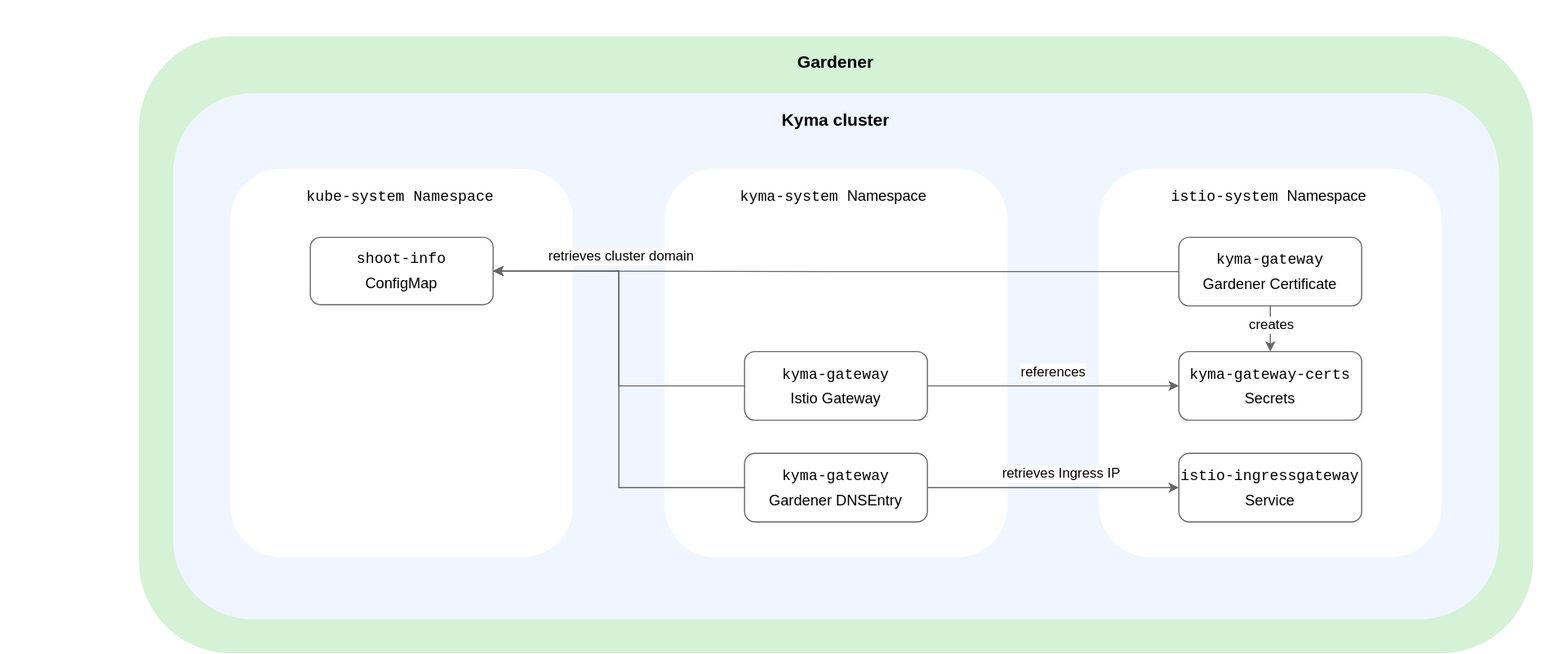
Above: docs/assets/kyma-gateway-resources-gardener.svg in kyma-project/api-gateway (draw.io), before the change. Source tidied: cells renumbered, new cells last; positions are measured from the earlier drawing's top-left corner, leaving out a move shared by most shapes.
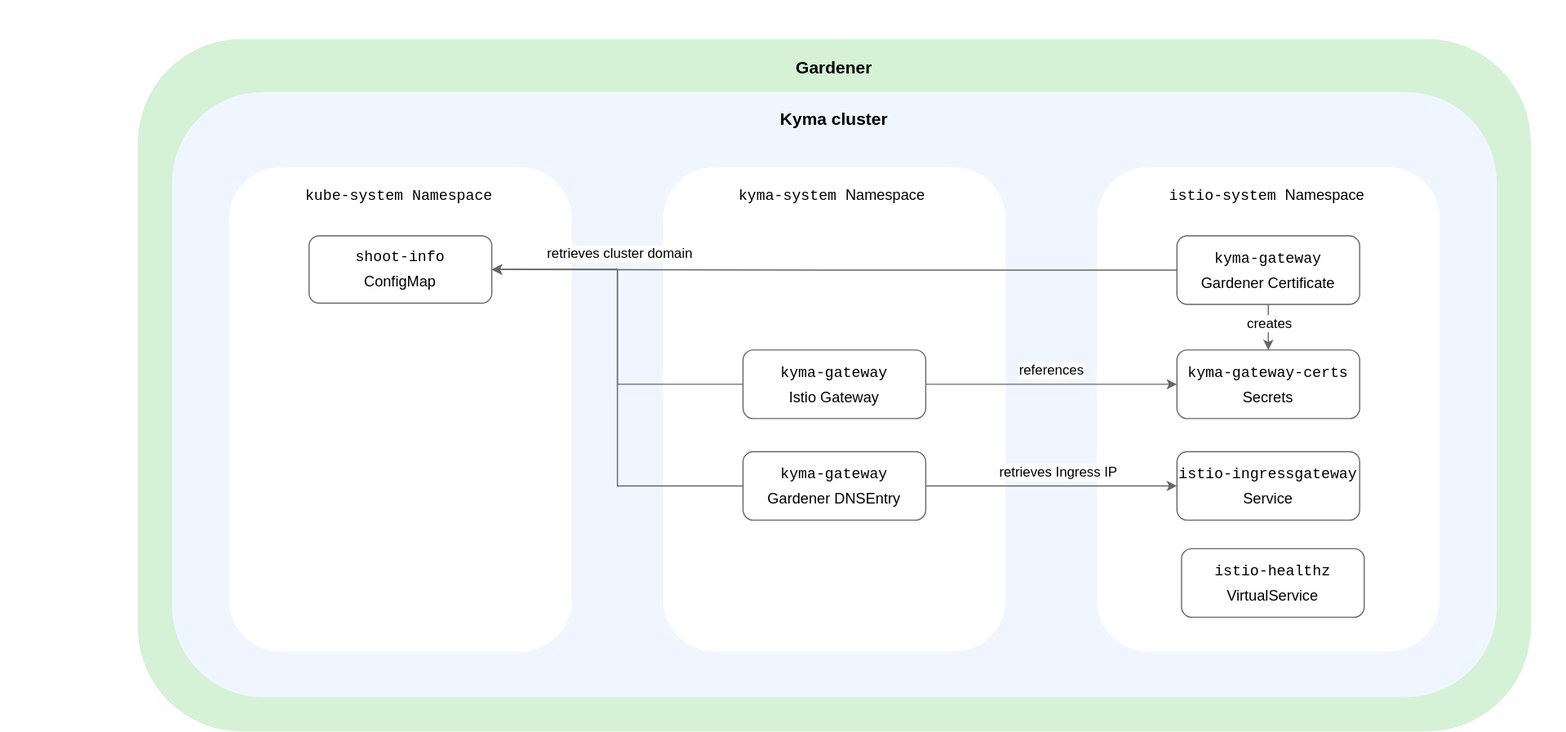
After the change.

Commit message:
Add integration test and documentation for istio-healthz

Diff of the diagram source:
```diff
@@ -3,19 +3,19 @@
     <mxCell id="0" />
     <mxCell id="1" parent="0" />
     <mxCell id="2" style="group;strokeColor=none;" parent="1" vertex="1">
-      <mxGeometry width="1370" height="570" as="geometry" />
+      <mxGeometry width="1370" height="640" as="geometry" />
     </mxCell>
     <mxCell id="3" style="rounded=1;whiteSpace=wrap;html=1;labelBackgroundColor=none;fillColor=#D5F2D7;strokeColor=none;" parent="2" vertex="1">
-      <mxGeometry x="120" y="30" width="1220" height="540" as="geometry" />
+      <mxGeometry x="120" y="33.7" width="1220" height="606.3" as="geometry" />
     </mxCell>
     <mxCell id="4" value="&lt;font style=&quot;font-size: 15px;&quot;&gt;Gardener&lt;/font&gt;" style="text;html=1;strokeColor=none;fillColor=none;align=center;verticalAlign=middle;whiteSpace=wrap;rounded=0;fontStyle=1;" parent="2" vertex="1">
-      <mxGeometry x="640" y="39" width="180" height="25.9" as="geometry" />
+      <mxGeometry x="640" y="43.8" width="180" height="29" as="geometry" />
     </mxCell>
     <mxCell id="5" style="rounded=1;whiteSpace=wrap;html=1;strokeColor=none;fillColor=#F0F6FF;fillStyle=auto;" parent="1" vertex="1">
-      <mxGeometry x="150" y="80" width="1160" height="460" as="geometry" />
+      <mxGeometry x="150" y="80" width="1160" height="530" as="geometry" />
     </mxCell>
     <mxCell id="6" style="rounded=1;whiteSpace=wrap;html=1;fillStyle=auto;strokeColor=none;" parent="1" vertex="1">
-      <mxGeometry x="200" y="146" width="300" height="340" as="geometry" />
+      <mxGeometry x="200" y="146" width="300" height="424" as="geometry" />
     </mxCell>
     <mxCell id="7" value="&lt;pre style=&quot;font-size: 13px;&quot;&gt;&lt;font style=&quot;font-size: 13px;&quot;&gt;&lt;font style=&quot;font-size: 13px;&quot;&gt;kube-system&lt;/font&gt; &lt;font style=&quot;font-size: 13px;&quot;&gt;Namespace&lt;/font&gt;&lt;/font&gt;&lt;/pre&gt;" style="text;html=1;strokeColor=none;fillColor=none;align=center;verticalAlign=middle;whiteSpace=wrap;rounded=0;fontStyle=0;fontSize=13;fontFamily=Helvetica;" parent="1" vertex="1">
       <mxGeometry x="209.2" y="162" width="279.5" height="17.8" as="geometry" />
@@ -27,7 +27,7 @@
       <mxGeometry x="620" y="94" width="220" height="17.8" as="geometry" />
     </mxCell>
     <mxCell id="10" style="rounded=1;whiteSpace=wrap;html=1;fillStyle=auto;strokeColor=none;" parent="1" vertex="1">
-      <mxGeometry x="580" y="146" width="300" height="340" as="geometry" />
+      <mxGeometry x="580" y="146" width="300" height="424" as="geometry" />
     </mxCell>
     <mxCell id="11" value="&lt;pre style=&quot;line-height: 0%; font-size: 13px;&quot;&gt;kyma-gateway&lt;/pre&gt;Istio Gateway" style="rounded=1;whiteSpace=wrap;html=1;strokeColor=#666666;spacingTop=-5;fontSize=13;" parent="1" vertex="1">
       <mxGeometry x="650" y="306" width="160" height="60" as="geometry" />
@@ -36,7 +36,7 @@
       <mxGeometry x="650" y="395" width="160" height="60" as="geometry" />
     </mxCell>
     <mxCell id="13" style="rounded=1;whiteSpace=wrap;html=1;fillStyle=auto;strokeColor=none;" parent="1" vertex="1">
-      <mxGeometry x="960" y="146" width="300" height="340" as="geometry" />
+      <mxGeometry x="960" y="146" width="300" height="424" as="geometry" />
     </mxCell>
     <mxCell id="14" value="&lt;pre&gt;&lt;span style=&quot;font-weight: normal;&quot;&gt;&lt;font style=&quot;font-size: 13px;&quot;&gt;istio-system&lt;/font&gt; &lt;span style=&quot;font-size: 13px;&quot;&gt;&lt;font style=&quot;&quot; face=&quot;Helvetica&quot;&gt;Namespace&lt;/font&gt;&lt;/span&gt;&lt;/span&gt;&lt;/pre&gt;" style="text;html=1;strokeColor=none;fillColor=none;align=center;verticalAlign=middle;whiteSpace=wrap;rounded=0;fontStyle=1;fontSize=13;" parent="1" vertex="1">
       <mxGeometry x="969.2" y="162" width="279.5" height="17.8" as="geometry" />
@@ -91,5 +91,8 @@
     <mxCell id="28" value="&lt;pre&gt;&lt;span style=&quot;font-weight: normal;&quot;&gt;&lt;font style=&quot;font-size: 13px;&quot;&gt;kyma-system&lt;/font&gt; &lt;span style=&quot;font-size: 13px;&quot;&gt;&lt;font face=&quot;Helvetica&quot;&gt;Namespace&lt;/font&gt;&lt;/span&gt;&lt;/span&gt;&lt;/pre&gt;" style="text;html=1;strokeColor=none;fillColor=none;align=center;verticalAlign=middle;whiteSpace=wrap;rounded=0;fontStyle=1;fontSize=13;" parent="1" vertex="1">
       <mxGeometry x="588.2" y="162" width="279.5" height="17.8" as="geometry" />
     </mxCell>
+    <mxCell id="29" value="&lt;pre style=&quot;line-height: 0%; font-size: 13px;&quot;&gt;&lt;font style=&quot;font-size: 13px;&quot;&gt;&lt;font style=&quot;font-size: 13px;&quot;&gt;istio-healthz&lt;/font&gt;&lt;/font&gt;&lt;/pre&gt;&lt;font style=&quot;font-size: 13px;&quot;&gt;VirtualService&lt;/font&gt;" style="rounded=1;whiteSpace=wrap;html=1;strokeColor=#666666;spacingTop=-5;fontSize=13;" parent="1" vertex="1">
+      <mxGeometry x="1034" y="480" width="160" height="60" as="geometry" />
+    </mxCell>
   </root>
 </mxGraphModel>
```
